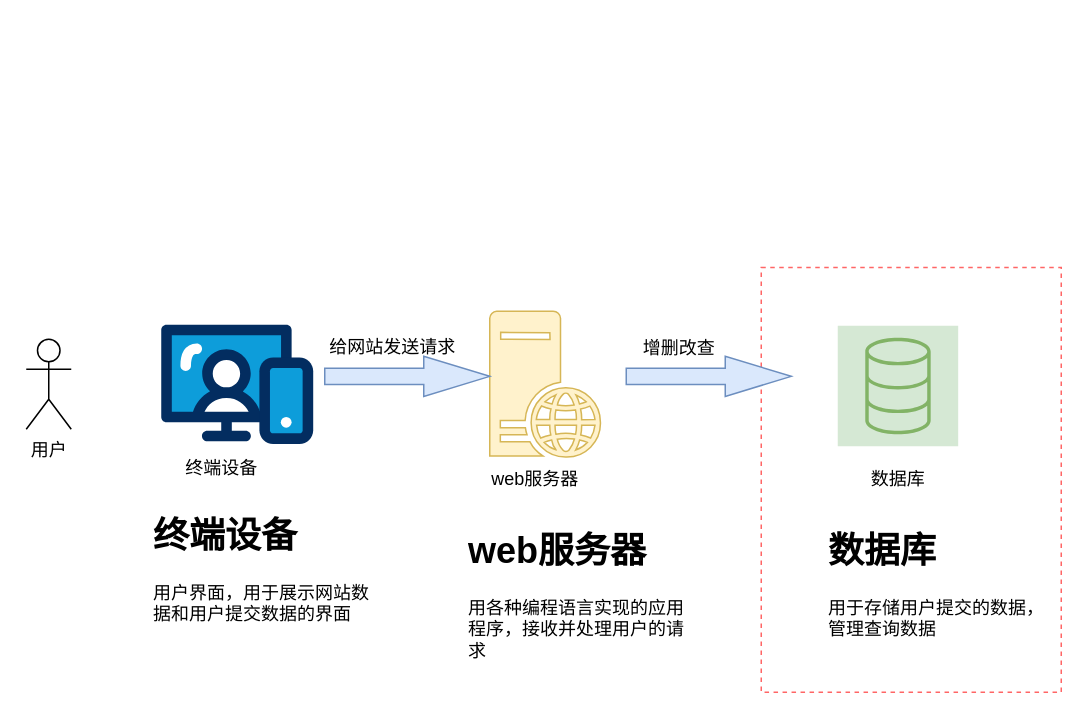
This is db_arch.drawio from checkking/diagrams, a draw.io file, before an edit. Source tidied: cells renumbered, new cells numbered last; positions are measured from the earlier drawing's top-left corner, leaving out a move shared by most shapes. Both pictures are drawn from the tidied source at 150%, with x=0, y=0 at pixel (26, 267).
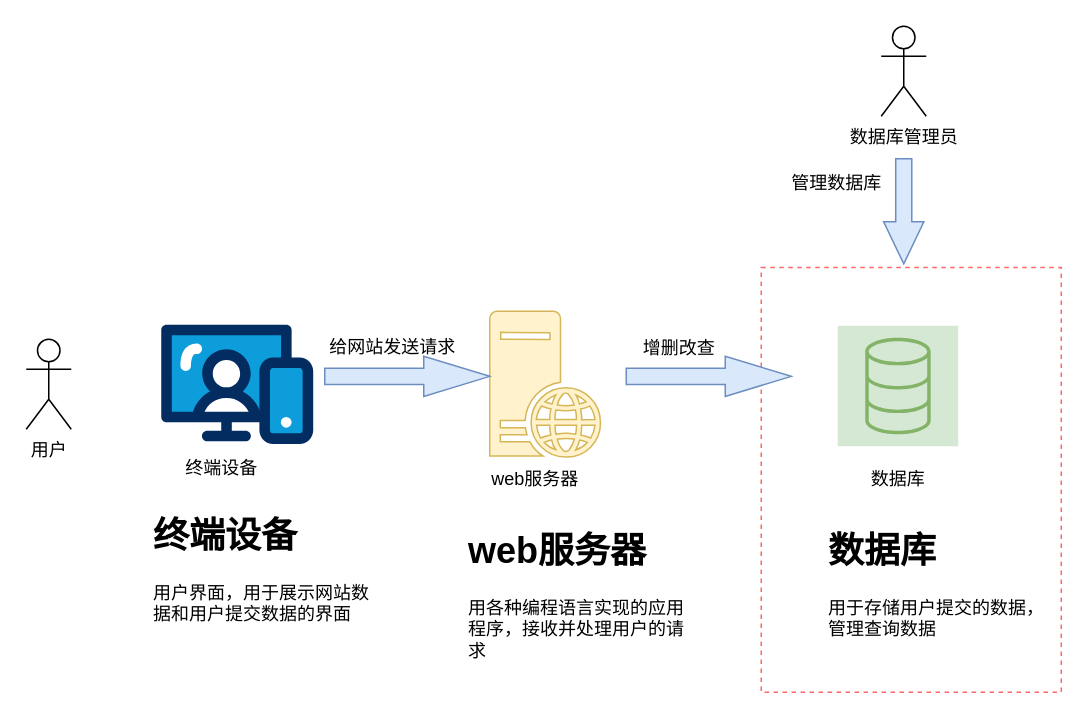
The same page after the edit.

The edit, as a diff of the source:
```diff
@@
 <mxGraphModel>
   <root>
     <mxCell id="0" />
     <mxCell id="1" parent="0" />
     <mxCell id="2" style="rounded=0;whiteSpace=wrap;html=1;strokeColor=#FF6666;dashed=1;" parent="1" vertex="1">
       <mxGeometry x="490" y="-0.2" width="200" height="283.2" as="geometry" />
     </mxCell>
     <mxCell id="3" style="sketch=0;fillColor=#d5e8d4;strokeColor=#82b366;dashed=0;verticalLabelPosition=bottom;verticalAlign=top;align=center;html=1;fontSize=12;fontStyle=0;shape=mxgraph.aws4.resourceIcon;resIcon=mxgraph.aws4.database;" parent="1" vertex="1">
       <mxGeometry x="541" y="38.7" width="80.3" height="80.3" as="geometry" />
     </mxCell>
     <mxCell id="4" value="数据库" style="text;html=1;align=center;verticalAlign=middle;strokeColor=none;fillColor=none;" parent="1" vertex="1">
       <mxGeometry x="551.1" y="126.4" width="60" height="30" as="geometry" />
     </mxCell>
     <mxCell id="5" style="sketch=0;shadow=0;dashed=0;html=1;strokeColor=#d6b656;labelPosition=center;verticalLabelPosition=bottom;verticalAlign=top;align=center;fillColor=#fff2cc;shape=mxgraph.mscae.enterprise.web_server;" parent="1" vertex="1">
       <mxGeometry x="309" y="29" width="74" height="97.4" as="geometry" />
     </mxCell>
     <mxCell id="6" style="shape=singleArrow;whiteSpace=wrap;html=1;arrowWidth=0.4;arrowSize=0.4;verticalAlign=top;fillColor=#dae8fc;strokeColor=#6c8ebf;sketch=0;shadow=0;dashed=0;" parent="1" vertex="1">
       <mxGeometry x="400" y="59" width="110" height="26.8" as="geometry" />
     </mxCell>
     <mxCell id="7" value="增删改查" style="text;html=1;align=center;verticalAlign=middle;strokeColor=none;fillColor=none;" parent="1" vertex="1">
       <mxGeometry x="400" y="39" width="70" height="30" as="geometry" />
     </mxCell>
     <mxCell id="8" value="web服务器" style="text;html=1;align=center;verticalAlign=middle;strokeColor=none;fillColor=none;" parent="1" vertex="1">
       <mxGeometry x="299" y="126.4" width="80" height="30" as="geometry" />
     </mxCell>
     <mxCell id="9" style="verticalLabelPosition=bottom;html=1;shape=mxgraph.salesforce.web;fillColor=#CCCCFF;strokeColor=#6c8ebf;" parent="1" vertex="1">
       <mxGeometry x="90" y="37.7" width="101.3" height="80" as="geometry" />
     </mxCell>
     <mxCell id="10" style="shape=singleArrow;whiteSpace=wrap;html=1;arrowWidth=0.4;arrowSize=0.4;verticalAlign=top;fillColor=#dae8fc;strokeColor=#6c8ebf;sketch=0;shadow=0;dashed=0;" parent="1" vertex="1">
       <mxGeometry x="199" y="59" width="110" height="26.8" as="geometry" />
     </mxCell>
     <mxCell id="11" value="给网站发送请求" style="text;html=1;align=center;verticalAlign=middle;strokeColor=none;fillColor=none;" parent="1" vertex="1">
       <mxGeometry x="189" y="37.7" width="110" height="30" as="geometry" />
     </mxCell>
     <mxCell id="12" value="终端设备" style="text;html=1;align=center;verticalAlign=middle;strokeColor=none;fillColor=none;" parent="1" vertex="1">
       <mxGeometry x="95" y="119" width="70" height="30" as="geometry" />
     </mxCell>
     <mxCell id="13" value="&lt;h1&gt;web服务器&lt;/h1&gt;&lt;p&gt;用各种编程语言实现的应用程序，接收并处理用户的请求&lt;/p&gt;" style="text;html=1;strokeColor=none;fillColor=none;spacing=5;spacingTop=-20;whiteSpace=wrap;overflow=hidden;rounded=0;" parent="1" vertex="1">
       <mxGeometry x="290" y="169" width="160" height="100" as="geometry" />
     </mxCell>
     <mxCell id="14" value="&lt;h1&gt;终端设备&lt;/h1&gt;&lt;div&gt;用户界面，用于展示网站数据和用户提交数据的界面&lt;/div&gt;" style="text;html=1;strokeColor=none;fillColor=none;spacing=5;spacingTop=-20;whiteSpace=wrap;overflow=hidden;rounded=0;" parent="1" vertex="1">
       <mxGeometry x="80" y="159" width="160" height="100" as="geometry" />
     </mxCell>
     <mxCell id="15" value="用户" style="shape=umlActor;verticalLabelPosition=bottom;verticalAlign=top;html=1;" parent="1" vertex="1">
       <mxGeometry y="47.7" width="30" height="60" as="geometry" />
     </mxCell>
     <mxCell id="16" value="&lt;h1&gt;数据库&lt;/h1&gt;&lt;p&gt;用于存储用户提交的数据，管理查询数据&lt;/p&gt;" style="text;html=1;strokeColor=none;fillColor=none;spacing=5;spacingTop=-20;whiteSpace=wrap;overflow=hidden;rounded=0;" parent="1" vertex="1">
       <mxGeometry x="530" y="169" width="160" height="100" as="geometry" />
     </mxCell>
+    <mxCell id="17" value="数据库管理员" style="shape=umlActor;verticalLabelPosition=bottom;verticalAlign=top;html=1;" parent="1" vertex="1">
+      <mxGeometry x="570" y="-161" width="30" height="60" as="geometry" />
+    </mxCell>
+    <mxCell id="18" style="shape=singleArrow;whiteSpace=wrap;html=1;arrowWidth=0.4;arrowSize=0.4;verticalAlign=top;fillColor=#dae8fc;strokeColor=#6c8ebf;sketch=0;shadow=0;dashed=0;rotation=90;" parent="1" vertex="1">
+      <mxGeometry x="550" y="-51" width="70" height="26.8" as="geometry" />
+    </mxCell>
+    <mxCell id="19" value="管理数据库" style="text;html=1;align=center;verticalAlign=middle;strokeColor=none;fillColor=none;" parent="1" vertex="1">
+      <mxGeometry x="500" y="-71" width="80" height="30" as="geometry" />
+    </mxCell>
   </root>
 </mxGraphModel>
```
